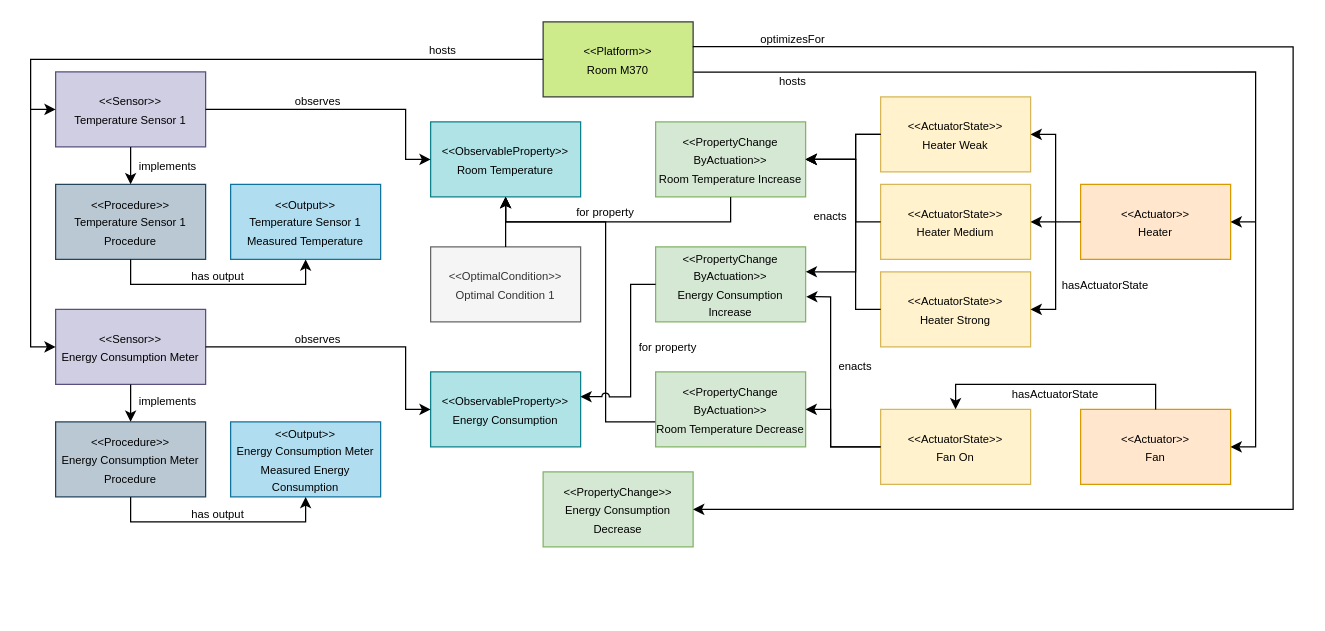
Earlier version of the draw.io diagram Diagrams/instance-model-1.drawio (ivanspajic/ruleless-digital-twins). Source tidied: cells renumbered, new cells numbered last; positions are measured from the earlier drawing's top-left corner, leaving out a move shared by most shapes. Both pictures are drawn from the tidied source at 125%, with x=0, y=0 at pixel (30, 21).
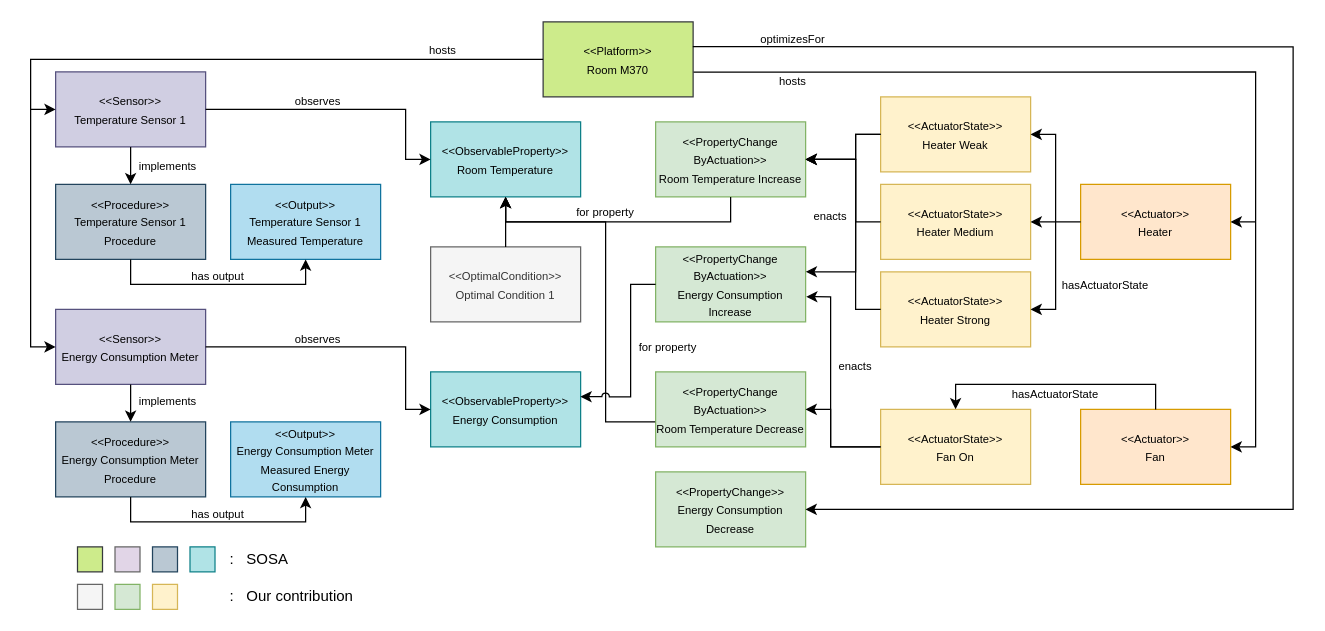
After the change.

Commit message (it also covers changes not shown here):
Updated diagrams and added logging statements to all querying done in the control loop.

Change to the diagram source:
```diff
@@
     <mxCell id="4" value="&lt;div&gt;&lt;font style=&quot;font-size: 9px;&quot;&gt;&amp;lt;&amp;lt;PropertyChange&amp;gt;&amp;gt;&lt;/font&gt;&lt;/div&gt;&lt;font style=&quot;font-size: 9px;&quot;&gt;Energy Consumption Decrease&lt;/font&gt;" style="rounded=0;whiteSpace=wrap;html=1;fillColor=#d5e8d4;strokeColor=#82b366;" parent="1" vertex="1">
-      <mxGeometry x="410" y="360" width="120" height="60" as="geometry" />
+      <mxGeometry x="500" y="360" width="120" height="60" as="geometry" />
     </mxCell>
@@
+    <mxCell id="62" style="rounded=0;whiteSpace=wrap;html=1;fillColor=#cdeb8b;strokeColor=#36393d;" parent="1" vertex="1">
+      <mxGeometry x="37.5" y="420" width="20" height="20" as="geometry" />
+    </mxCell>
+    <mxCell id="63" style="rounded=0;whiteSpace=wrap;html=1;fillColor=#e1d5e7;strokeColor=#666666;" parent="1" vertex="1">
+      <mxGeometry x="67.5" y="420" width="20" height="20" as="geometry" />
+    </mxCell>
+    <mxCell id="64" style="rounded=0;whiteSpace=wrap;html=1;fillColor=#bac8d3;strokeColor=#23445d;" parent="1" vertex="1">
+      <mxGeometry x="97.5" y="420" width="20" height="20" as="geometry" />
+    </mxCell>
+    <mxCell id="65" style="rounded=0;whiteSpace=wrap;html=1;fillColor=#b0e3e6;strokeColor=#0e8088;" parent="1" vertex="1">
+      <mxGeometry x="127.5" y="420" width="20" height="20" as="geometry" />
+    </mxCell>
+    <mxCell id="66" value=":&amp;nbsp; &amp;nbsp;SOSA" style="text;html=1;align=center;verticalAlign=middle;whiteSpace=wrap;rounded=0;" parent="1" vertex="1">
+      <mxGeometry x="157.5" y="420" width="50" height="20" as="geometry" />
+    </mxCell>
+    <mxCell id="67" style="rounded=0;whiteSpace=wrap;html=1;fillColor=#f5f5f5;fontColor=#333333;strokeColor=#666666;" parent="1" vertex="1">
+      <mxGeometry x="37.5" y="450" width="20" height="20" as="geometry" />
+    </mxCell>
+    <mxCell id="68" style="rounded=0;whiteSpace=wrap;html=1;fillColor=#d5e8d4;strokeColor=#82b366;" parent="1" vertex="1">
+      <mxGeometry x="67.5" y="450" width="20" height="20" as="geometry" />
+    </mxCell>
+    <mxCell id="69" style="rounded=0;whiteSpace=wrap;html=1;fillColor=#fff2cc;strokeColor=#d6b656;" parent="1" vertex="1">
+      <mxGeometry x="97.5" y="450" width="20" height="20" as="geometry" />
+    </mxCell>
+    <mxCell id="70" value=":&amp;nbsp; &amp;nbsp;Our contribution" style="text;html=1;align=center;verticalAlign=middle;whiteSpace=wrap;rounded=0;" parent="1" vertex="1">
+      <mxGeometry x="154.5" y="450" width="108" height="20" as="geometry" />
+    </mxCell>
```
